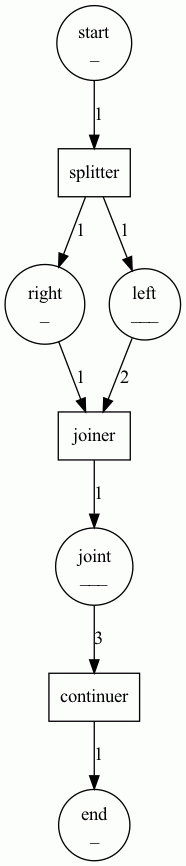
The Graphviz diagram step2.png in iandebeer/castanet, before a commit. Its source is kept beside it as step2.dot.
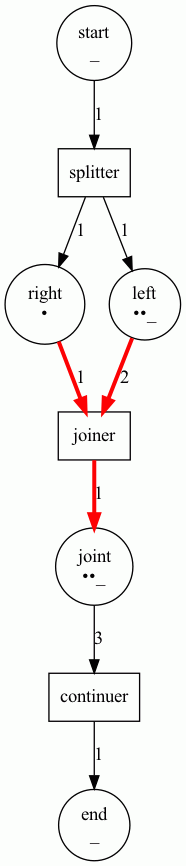
The same file after the commit.

What changed in the source:
```diff
@@ -1,17 +1,17 @@
 digraph G {
-0 [label="right\n_\n" shape=circle]
-1 [label="left\n___\n" shape=circle]
+0 [label="right\n•\n" shape=circle]
+1 [label="left\n••_\n" shape=circle]
 2 [label="end\n_\n" shape=circle]
 3 [label="continuer" shape=box]
 4 [label="joiner" shape=box]
 5 [label="start\n_\n" shape=circle]
 6 [label="splitter" shape=box]
-7 [label="joint\n___\n" shape=circle]
+7 [label="joint\n••_\n" shape=circle]
 
-0 -> 4 [label="1" ]
-1 -> 4 [label="2" ]
+0 -> 4 [label="1" ,color=red,penwidth=3.0]
+1 -> 4 [label="2" ,color=red,penwidth=3.0]
 3 -> 2 [label="1" ]
-4 -> 7 [label="1" ]
+4 -> 7 [label="1" ,color=red,penwidth=3.0]
 5 -> 6 [label="1" ]
 6 -> 1 [label="1" ]
 6 -> 0 [label="1" ]
```
